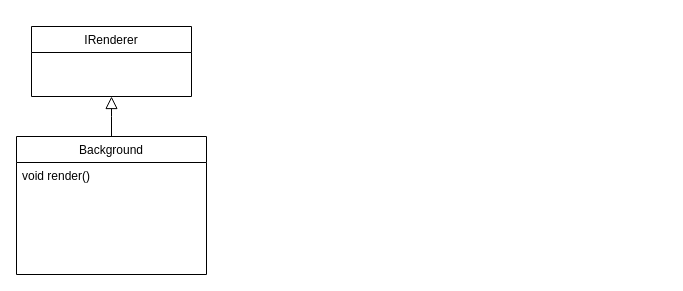
This is page "Renderer" (4 of 4) of UMLGeneralFramework.drawio from Kragoum/BomberKnight, a draw.io file, before an edit. Source tidied: cells renumbered, new cells numbered last; positions are measured from the earlier drawing's top-left corner, leaving out a move shared by most shapes. Both pictures are drawn from the tidied source at 100%, with x=0, y=0 at pixel (16, 26).
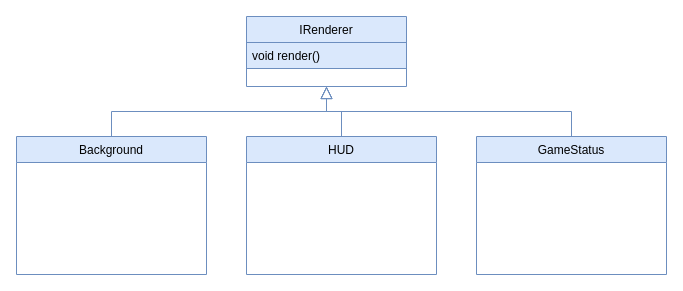
The same diagram, later.

Change to the diagram source:
```diff
@@
 <mxGraphModel>
   <root>
     <mxCell id="0" />
     <mxCell id="1" parent="0" />
-    <mxCell id="2" value="IRenderer" style="swimlane;fontStyle=0;align=center;verticalAlign=top;horizontal=1;startSize=26;rounded=0;shadow=0;strokeWidth=1;" parent="1" vertex="1">
-      <mxGeometry x="15" width="160" height="70" as="geometry" />
+    <mxCell id="2" value="IRenderer" style="swimlane;fontStyle=0;align=center;verticalAlign=top;horizontal=1;startSize=26;rounded=0;shadow=0;strokeWidth=1;fillColor=#dae8fc;strokeColor=#6c8ebf;" parent="1" vertex="1">
+      <mxGeometry x="230" y="-10" width="160" height="70" as="geometry" />
     </mxCell>
+    <mxCell id="4" value="void render()" style="text;align=left;verticalAlign=top;spacingLeft=4;spacingRight=4;overflow=hidden;fillColor=#dae8fc;strokeColor=#6c8ebf;" parent="2" vertex="1">
+      <mxGeometry y="26" width="160" height="26" as="geometry" />
+    </mxCell>
-    <mxCell id="3" value="Background" style="swimlane;fontStyle=0;align=center;verticalAlign=top;horizontal=1;startSize=26;rounded=0;shadow=0;strokeWidth=1;" parent="1" vertex="1">
+    <mxCell id="3" value="Background" style="swimlane;fontStyle=0;align=center;verticalAlign=top;horizontal=1;startSize=26;rounded=0;shadow=0;strokeWidth=1;fillColor=#dae8fc;strokeColor=#6c8ebf;" parent="1" vertex="1">
       <mxGeometry y="110" width="190" height="138" as="geometry" />
     </mxCell>
-    <mxCell id="4" value="void render()" style="text;align=left;verticalAlign=top;spacingLeft=4;spacingRight=4;overflow=hidden;" parent="3" vertex="1">
-      <mxGeometry y="26" width="190" height="26" as="geometry" />
-    </mxCell>
-    <mxCell id="5" style="endArrow=block;endSize=10;endFill=0;shadow=0;strokeWidth=1;rounded=0;edgeStyle=elbowEdgeStyle;elbow=vertical;" parent="1" edge="1" source="3">
+    <mxCell id="5" style="endArrow=block;endSize=10;endFill=0;shadow=0;strokeWidth=1;rounded=0;edgeStyle=elbowEdgeStyle;elbow=vertical;fillColor=#dae8fc;strokeColor=#6c8ebf;" parent="1" edge="1" source="3">
       <mxGeometry relative="1" as="geometry">
-        <mxPoint x="95" y="70" as="targetPoint" />
+        <mxPoint x="310" y="60" as="targetPoint" />
       </mxGeometry>
     </mxCell>
+    <mxCell id="6" value="HUD" style="swimlane;fontStyle=0;align=center;verticalAlign=top;horizontal=1;startSize=26;rounded=0;shadow=0;strokeWidth=1;fillColor=#dae8fc;strokeColor=#6c8ebf;" parent="1" vertex="1">
+      <mxGeometry x="230" y="110" width="190" height="138" as="geometry" />
+    </mxCell>
+    <mxCell id="7" style="endArrow=block;endSize=10;endFill=0;shadow=0;strokeWidth=1;rounded=0;edgeStyle=elbowEdgeStyle;elbow=vertical;fillColor=#dae8fc;strokeColor=#6c8ebf;" parent="1" edge="1" source="6">
+      <mxGeometry relative="1" as="geometry">
+        <mxPoint x="310" y="60" as="targetPoint" />
+      </mxGeometry>
+    </mxCell>
+    <mxCell id="8" value="GameStatus" style="swimlane;fontStyle=0;align=center;verticalAlign=top;horizontal=1;startSize=26;rounded=0;shadow=0;strokeWidth=1;fillColor=#dae8fc;strokeColor=#6c8ebf;" parent="1" vertex="1">
+      <mxGeometry x="460" y="110" width="190" height="138" as="geometry" />
+    </mxCell>
+    <mxCell id="9" style="endArrow=block;endSize=10;endFill=0;shadow=0;strokeWidth=1;rounded=0;edgeStyle=elbowEdgeStyle;elbow=vertical;entryX=0.5;entryY=1;entryDx=0;entryDy=0;fillColor=#dae8fc;strokeColor=#6c8ebf;" parent="1" edge="1" source="8" target="2">
+      <mxGeometry relative="1" as="geometry" />
+    </mxCell>
   </root>
 </mxGraphModel>
```
